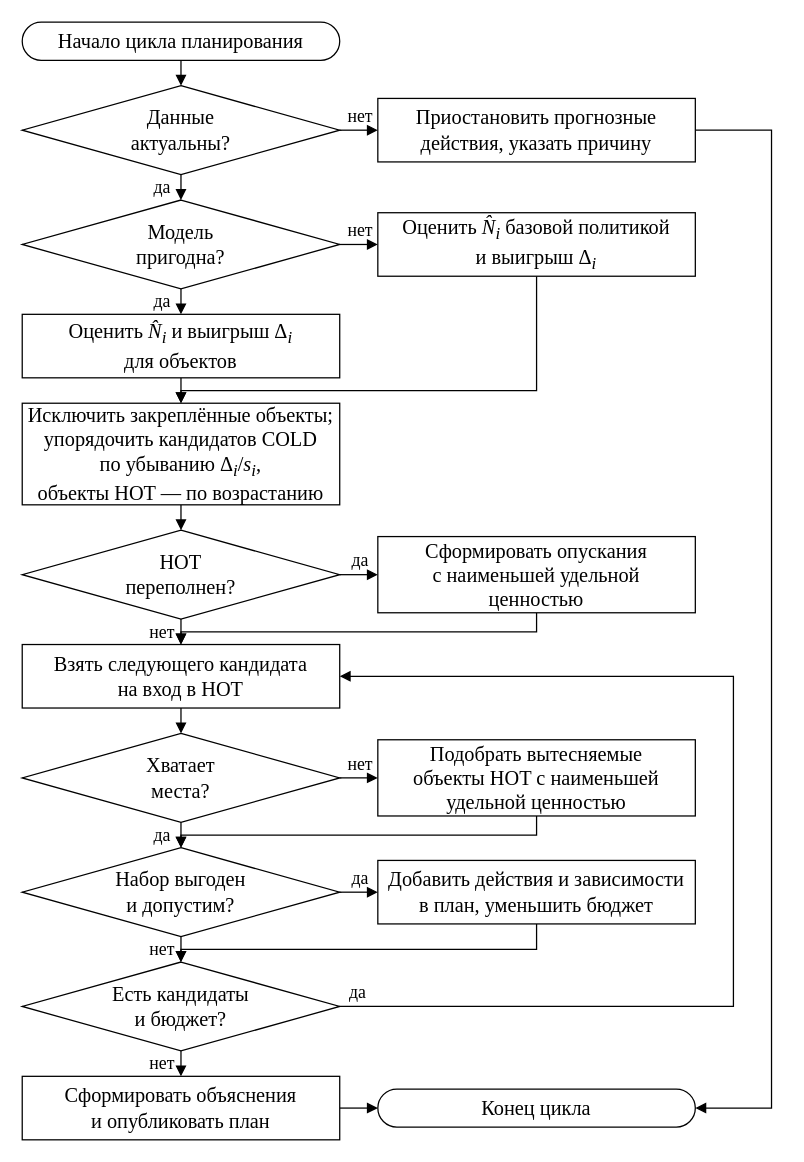
WithSoull/obsidian keeps this draw.io diagram as 40 - Projects/Диплом/images/src/planner_algorithm.drawio. Above is the earlier version. Source tidied: cells renumbered, new cells numbered last; positions are measured from the earlier drawing's top-left corner, leaving out a move shared by most shapes. Both pictures are drawn from the tidied source at 127%, with x=0, y=0 at pixel (22, 22).
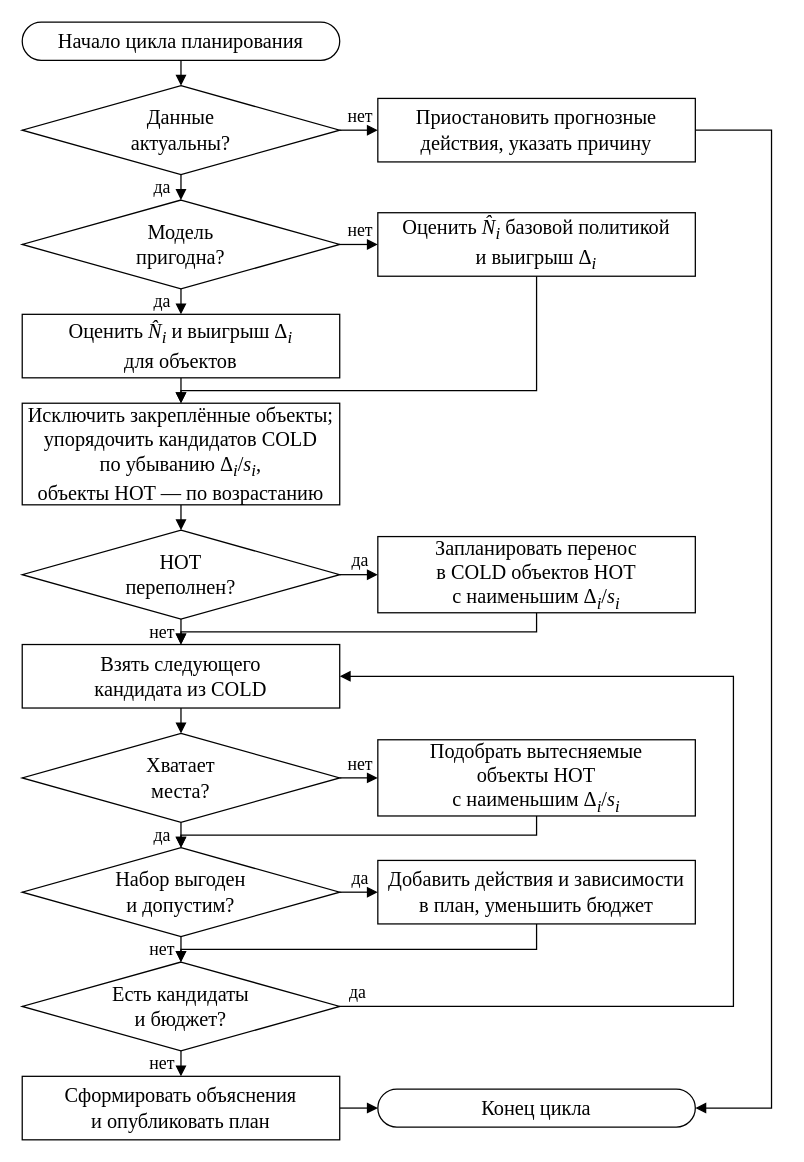
After the change.

The edit, as a diff of the source:
```diff
@@
-    <mxCell id="32" value="Сформировать опускания&lt;br&gt;с наименьшей удельной&lt;br&gt;ценностью" style="rounded=0;whiteSpace=wrap;html=1;fillColor=#FFFFFF;strokeColor=#000000;fontFamily=Times New Roman;fontSize=16;fontColor=#000000;" parent="1" vertex="1">
+    <mxCell id="32" value="Запланировать перенос&lt;br&gt;в COLD объектов HOT&lt;br&gt;с наименьшим Δ&lt;sub&gt;&lt;i&gt;i&lt;/i&gt;&lt;/sub&gt;/&lt;i&gt;s&lt;sub&gt;i&lt;/sub&gt;&lt;/i&gt;" style="rounded=0;whiteSpace=wrap;html=1;fillColor=#FFFFFF;strokeColor=#000000;fontFamily=Times New Roman;fontSize=16;fontColor=#000000;" parent="1" vertex="1">
       <mxGeometry x="280" y="405" width="250" height="60" as="geometry" />
     </mxCell>
-    <mxCell id="33" value="Взять следующего кандидата&lt;br&gt;на вход в HOT" style="rounded=0;whiteSpace=wrap;html=1;fillColor=#FFFFFF;strokeColor=#000000;fontFamily=Times New Roman;fontSize=16;fontColor=#000000;" parent="1" vertex="1">
+    <mxCell id="33" value="Взять следующего&lt;br&gt;кандидата из COLD" style="rounded=0;whiteSpace=wrap;html=1;fillColor=#FFFFFF;strokeColor=#000000;fontFamily=Times New Roman;fontSize=16;fontColor=#000000;" parent="1" vertex="1">
       <mxGeometry y="490" width="250" height="50" as="geometry" />
     </mxCell>
@@
-    <mxCell id="35" value="Подобрать вытесняемые&lt;br&gt;объекты HOT с наименьшей&lt;br&gt;удельной ценностью" style="rounded=0;whiteSpace=wrap;html=1;fillColor=#FFFFFF;strokeColor=#000000;fontFamily=Times New Roman;fontSize=16;fontColor=#000000;" parent="1" vertex="1">
+    <mxCell id="35" value="Подобрать вытесняемые&lt;br&gt;объекты HOT&lt;br&gt;с наименьшим Δ&lt;sub&gt;&lt;i&gt;i&lt;/i&gt;&lt;/sub&gt;/&lt;i&gt;s&lt;sub&gt;i&lt;/sub&gt;&lt;/i&gt;" style="rounded=0;whiteSpace=wrap;html=1;fillColor=#FFFFFF;strokeColor=#000000;fontFamily=Times New Roman;fontSize=16;fontColor=#000000;" parent="1" vertex="1">
       <mxGeometry x="280" y="565" width="250" height="60" as="geometry" />
     </mxCell>
```
